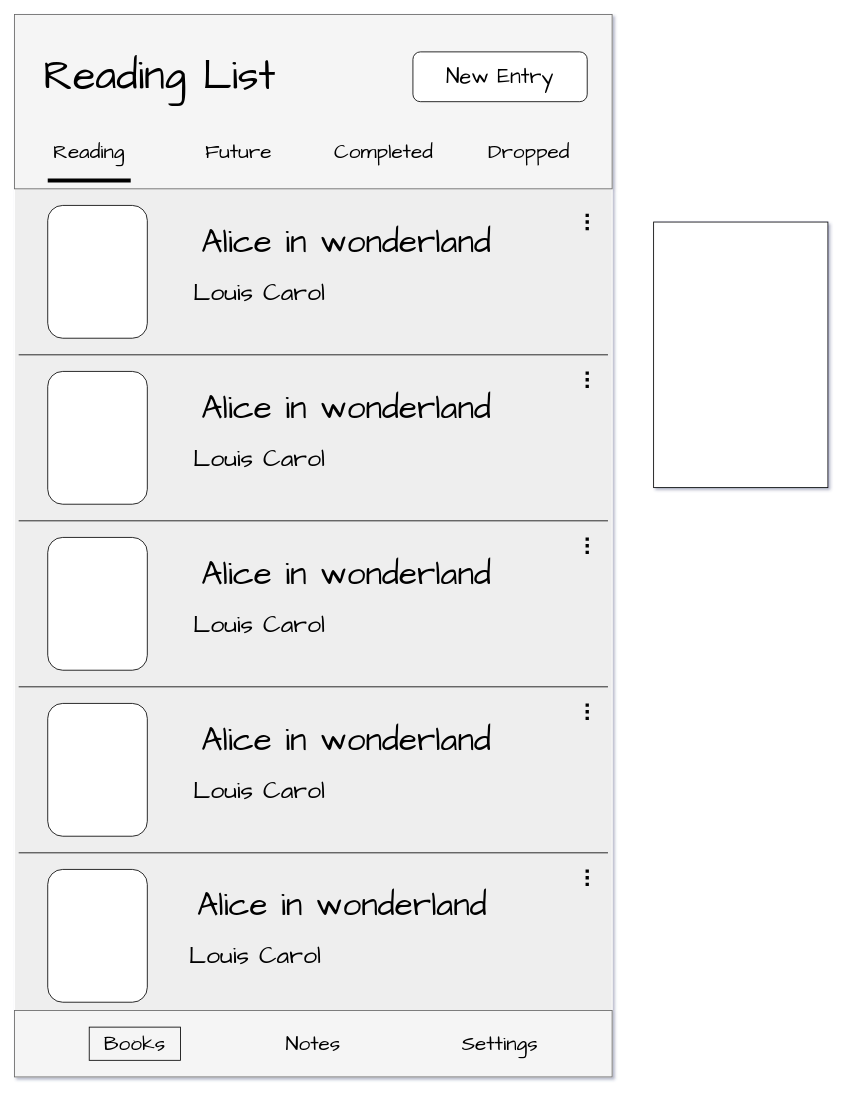
Before: page "BooksView" (4 of 5) of Design/eShelf_wireframe.drawio in Ruebled/eShelf, a draw.io diagram. Source tidied: cells renumbered, new cells numbered last; positions are measured from the earlier drawing's top-left corner, leaving out a move shared by most shapes. Both pictures are drawn from the tidied source at 83%, with x=0, y=0 at pixel (14, 14).
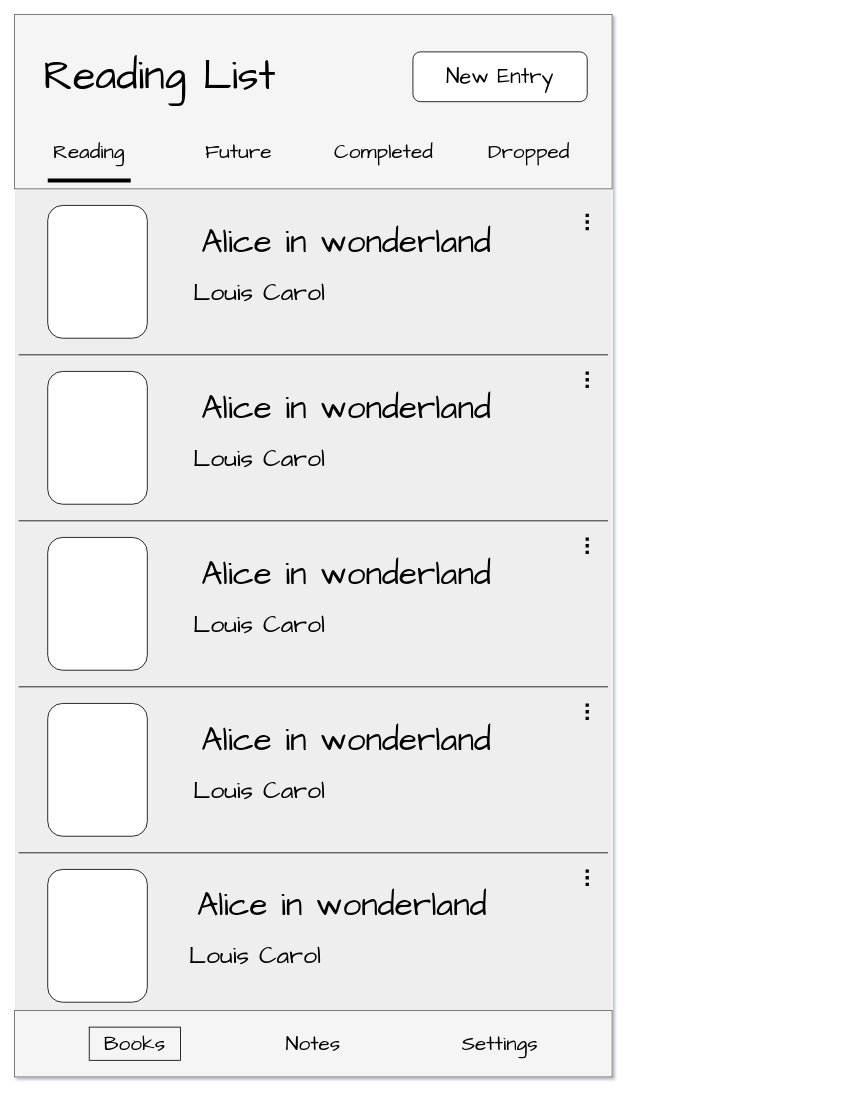
The same page after the edit.

Change to the diagram source:
```diff
@@
-    <mxCell id="8" style="rounded=0;whiteSpace=wrap;html=1;" parent="1" vertex="1">
-      <mxGeometry x="770" y="250" width="210" height="320" as="geometry" />
-    </mxCell>
```
